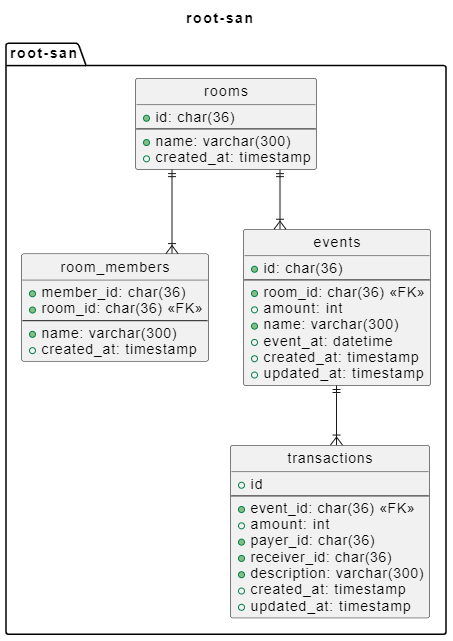
root-san/root-san keeps this PlantUML diagram as docs/erd.png. Above is the earlier version. Its source is kept beside it as docs/erd.puml.
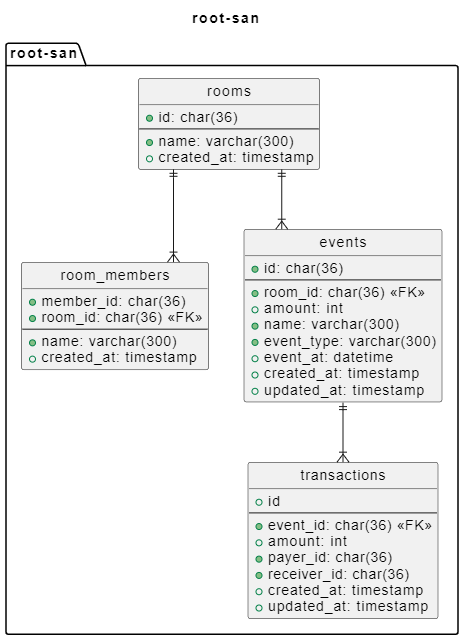
The same diagram one commit later.

What changed in the source:
```diff
@@ -28,6 +28,7 @@
         + room_id: char(36) <<FK>>
         + amount: int
         + name: varchar(300)
+        + event_type: varchar(300)
         + event_at: datetime
         + created_at: timestamp
         + updated_at: timestamp
@@ -40,7 +41,6 @@
         + amount: int
         + payer_id: char(36)
         + receiver_id: char(36)
-        + description: varchar(300)
         + created_at: timestamp
         + updated_at: timestamp
     }
```
